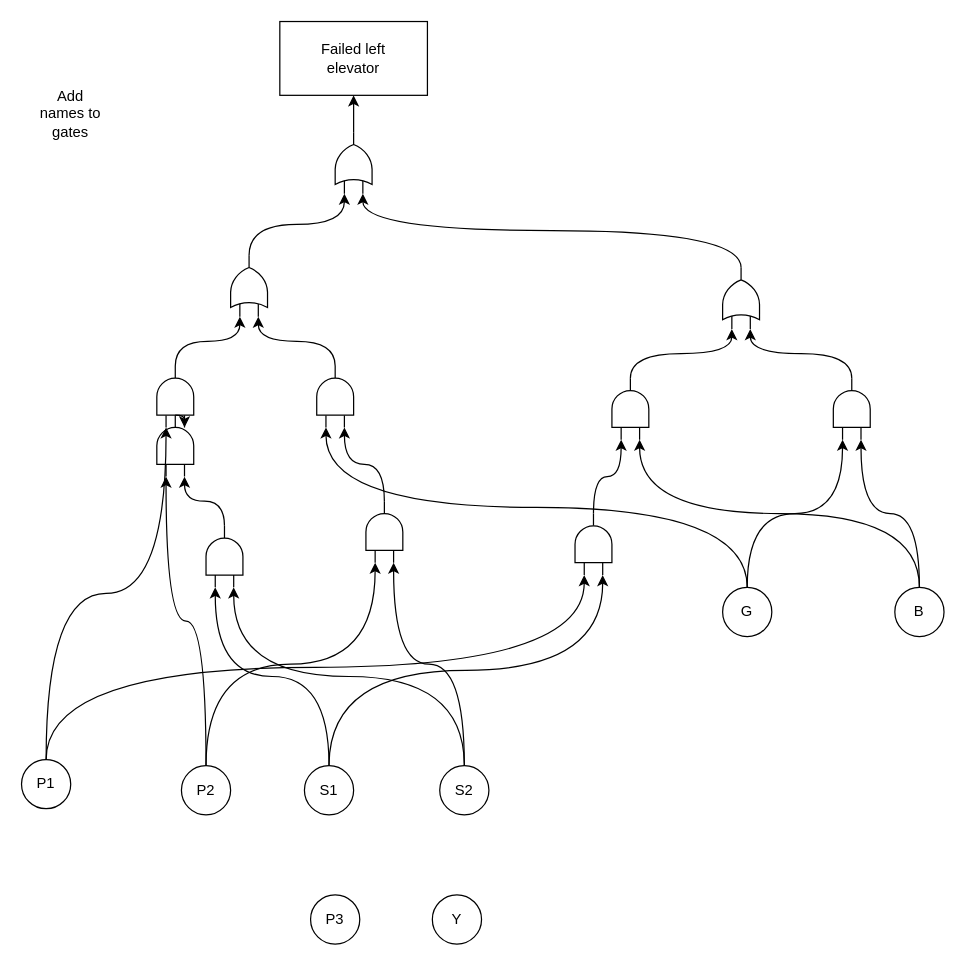
The draw.io diagram page "fta_left_elevator" (2 of 2) of Diagrams/fta_entire_plane.drawio in bwolleswinkel/drawio, before the edit. Source tidied: cells renumbered, new cells numbered last; positions are measured from the earlier drawing's top-left corner, leaving out a move shared by most shapes. Both pictures are drawn from the tidied source at 123%, with x=0, y=0 at pixel (21, 21).
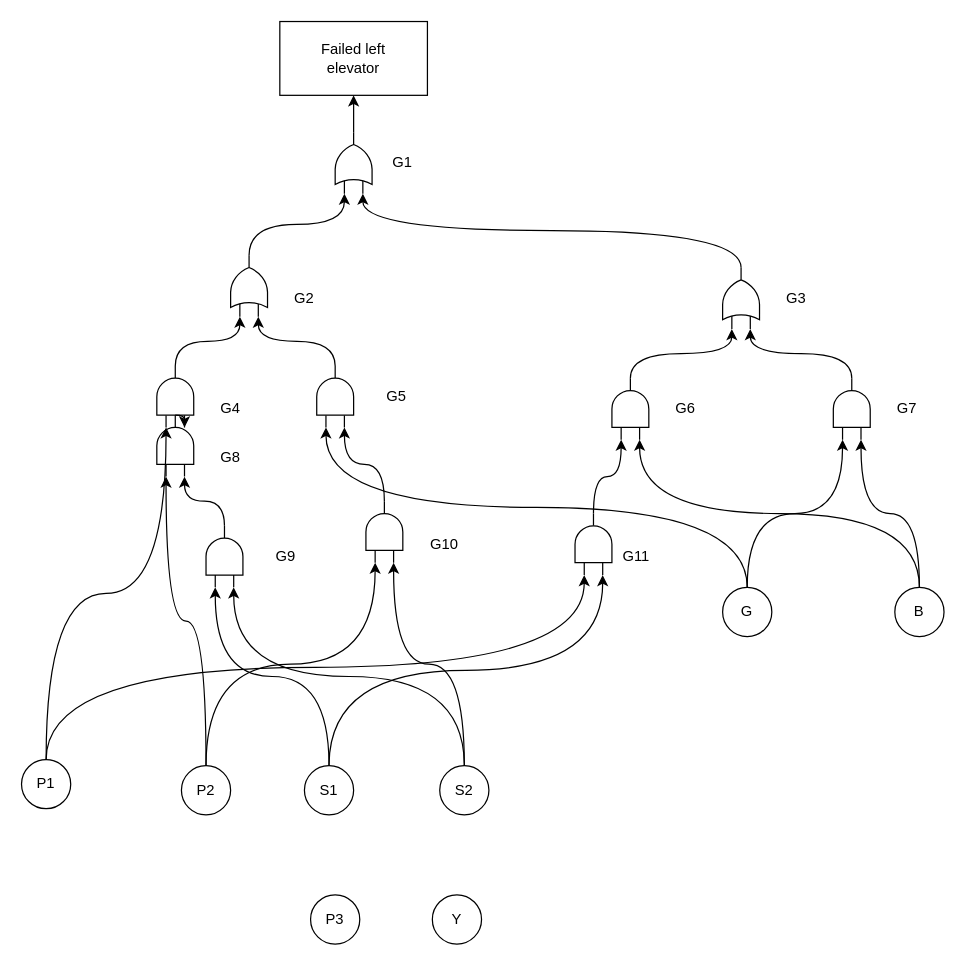
The same page after the edit.

What changed in the source:
```diff
@@
-    <mxCell id="45" value="Add names to gates" style="text;html=1;align=center;verticalAlign=middle;whiteSpace=wrap;rounded=0;" parent="1" vertex="1">
-      <mxGeometry x="10" y="60" width="60" height="30" as="geometry" />
-    </mxCell>
+    <mxCell id="46" value="G1" style="text;html=1;align=center;verticalAlign=middle;whiteSpace=wrap;rounded=0;" parent="1" vertex="1">
+      <mxGeometry x="280" y="100" width="60" height="30" as="geometry" />
+    </mxCell>
+    <mxCell id="47" value="G2" style="text;html=1;align=center;verticalAlign=middle;whiteSpace=wrap;rounded=0;" parent="1" vertex="1">
+      <mxGeometry x="200" y="210" width="60" height="30" as="geometry" />
+    </mxCell>
+    <mxCell id="48" value="G3" style="text;html=1;align=center;verticalAlign=middle;whiteSpace=wrap;rounded=0;" parent="1" vertex="1">
+      <mxGeometry x="600" y="210" width="60" height="30" as="geometry" />
+    </mxCell>
+    <mxCell id="49" value="G5" style="text;html=1;align=center;verticalAlign=middle;whiteSpace=wrap;rounded=0;" parent="1" vertex="1">
+      <mxGeometry x="275" y="290" width="60" height="30" as="geometry" />
+    </mxCell>
+    <mxCell id="50" value="G4" style="text;html=1;align=center;verticalAlign=middle;whiteSpace=wrap;rounded=0;" parent="1" vertex="1">
+      <mxGeometry x="140" y="300" width="60" height="30" as="geometry" />
+    </mxCell>
+    <mxCell id="51" value="G6" style="text;html=1;align=center;verticalAlign=middle;whiteSpace=wrap;rounded=0;" parent="1" vertex="1">
+      <mxGeometry x="510" y="300" width="60" height="30" as="geometry" />
+    </mxCell>
+    <mxCell id="52" value="G7" style="text;html=1;align=center;verticalAlign=middle;whiteSpace=wrap;rounded=0;" parent="1" vertex="1">
+      <mxGeometry x="690" y="300" width="60" height="30" as="geometry" />
+    </mxCell>
+    <mxCell id="53" value="G8" style="text;html=1;align=center;verticalAlign=middle;whiteSpace=wrap;rounded=0;" parent="1" vertex="1">
+      <mxGeometry x="140" y="340" width="60" height="30" as="geometry" />
+    </mxCell>
+    <mxCell id="54" value="G9" style="text;html=1;align=center;verticalAlign=middle;whiteSpace=wrap;rounded=0;" parent="1" vertex="1">
+      <mxGeometry x="185" y="420" width="60" height="30" as="geometry" />
+    </mxCell>
+    <mxCell id="55" value="G10" style="text;html=1;align=center;verticalAlign=middle;whiteSpace=wrap;rounded=0;" parent="1" vertex="1">
+      <mxGeometry x="314" y="410" width="60" height="30" as="geometry" />
+    </mxCell>
+    <mxCell id="56" value="G11" style="text;html=1;align=center;verticalAlign=middle;whiteSpace=wrap;rounded=0;" parent="1" vertex="1">
+      <mxGeometry x="470" y="420" width="60" height="30" as="geometry" />
+    </mxCell>
```
